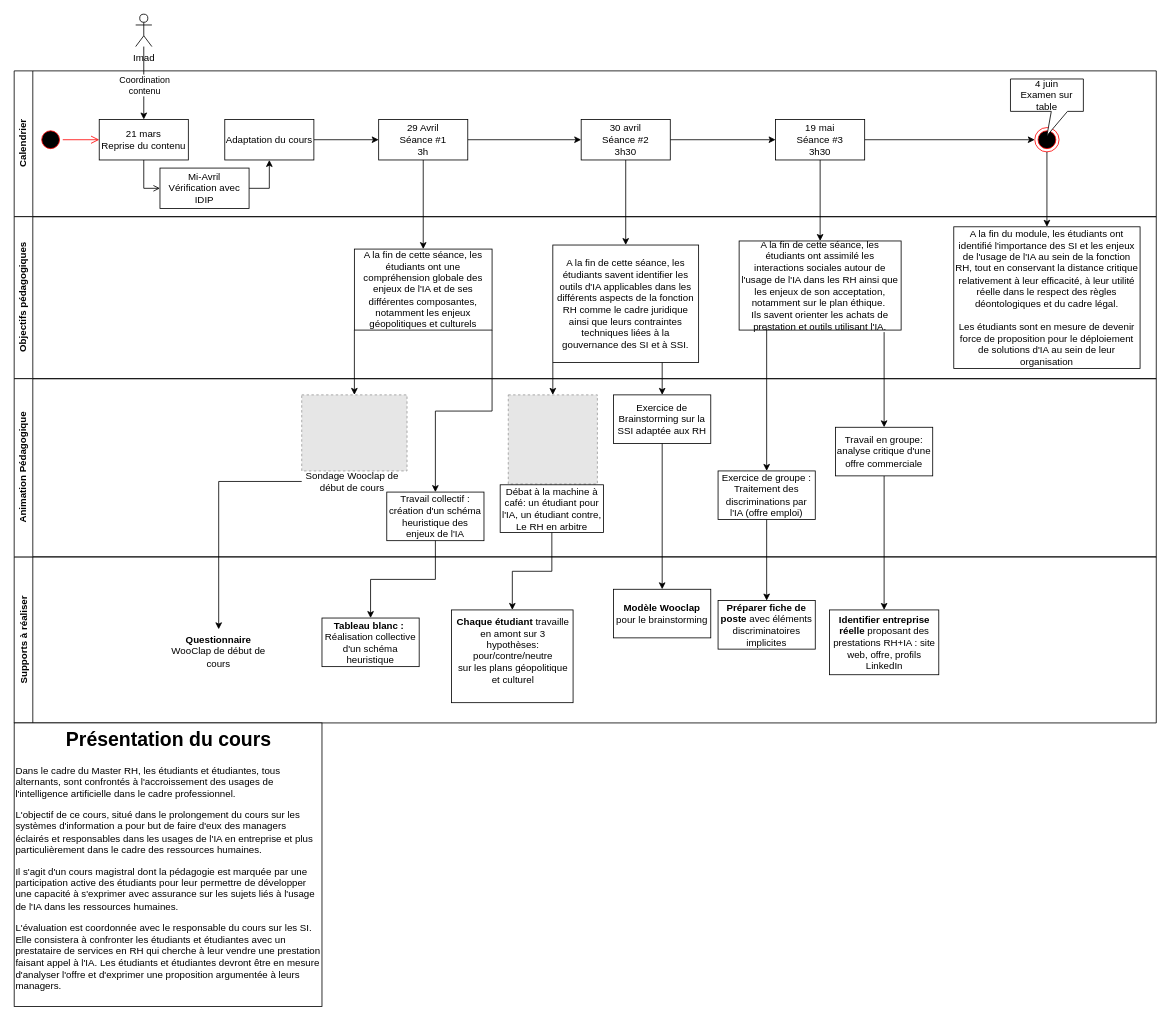
Fabrice-64/Drawings keeps this draw.io diagram as page "Page-1" (1 of 3) of Cours IA et RH.drawio. Above is the earlier version. Source tidied: cells renumbered, new cells numbered last; positions are measured from the earlier drawing's top-left corner, leaving out a move shared by most shapes. Both pictures are drawn from the tidied source at 81%, with x=0, y=0 at pixel (14, 14). Pictures stored in the file or linked from it are replaced by grey dashed boxes.
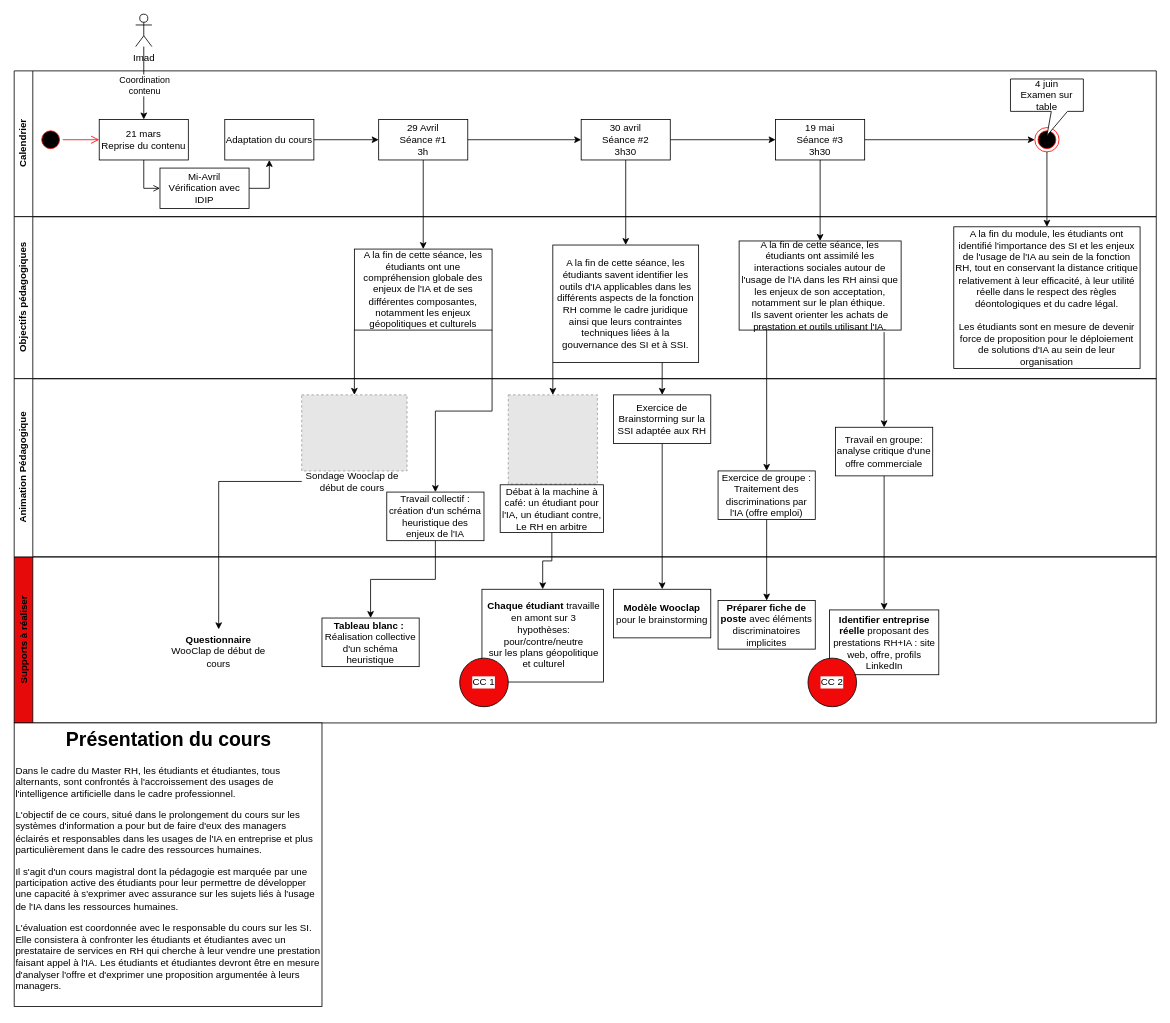
The same diagram, later.

Change to the diagram source:
```diff
@@
-    <mxCell id="31" value="Supports à réaliser" style="swimlane;horizontal=0;whiteSpace=wrap;html=1;perimeterSpacing=1;" parent="1" vertex="1">
+    <mxCell id="31" value="Supports à réaliser" style="swimlane;horizontal=0;whiteSpace=wrap;html=1;perimeterSpacing=1;fillColor=light-dark(#e60a0a, #ededed);" parent="1" vertex="1">
       <mxGeometry y="670" width="1410" height="205" as="geometry" />
     </mxCell>
@@
-    <mxCell id="33" value="&lt;div style=&quot;text-align: center;&quot;&gt;&lt;b&gt;Chaque étudiant&lt;/b&gt;&amp;nbsp;travaille en amont sur 3 hypothèses: pour/contre/neutre&lt;/div&gt;&lt;div style=&quot;text-align: center;&quot;&gt;sur les plans géopolitique et culturel&lt;br&gt;&lt;br&gt;&lt;/div&gt;" style="text;html=1;align=left;verticalAlign=middle;whiteSpace=wrap;rounded=0;strokeColor=default;" parent="31" vertex="1">
-      <mxGeometry x="540" y="65.5" width="150" height="114.5" as="geometry" />
+    <mxCell id="33" value="&lt;div style=&quot;text-align: center;&quot;&gt;&lt;b&gt;Chaque étudiant&lt;/b&gt;&amp;nbsp;travaille en amont sur 3 hypothèses: pour/contre/neutre&lt;/div&gt;&lt;div style=&quot;text-align: center;&quot;&gt;sur les plans géopolitique et culturel&lt;br&gt;&lt;/div&gt;" style="text;html=1;align=left;verticalAlign=middle;whiteSpace=wrap;rounded=0;strokeColor=default;" parent="31" vertex="1">
+      <mxGeometry x="577.5" y="40" width="150" height="114.5" as="geometry" />
     </mxCell>
@@
+    <mxCell id="60" value="CC 1" style="ellipse;whiteSpace=wrap;html=1;labelBackgroundColor=#FFFFFF;fillColor=light-dark(#f10909, #ededed);" parent="31" vertex="1">
+      <mxGeometry x="550" y="125" width="60" height="60" as="geometry" />
+    </mxCell>
+    <mxCell id="61" value="CC 2" style="ellipse;whiteSpace=wrap;html=1;labelBackgroundColor=#FFFFFF;fillColor=light-dark(#f10909, #ededed);" parent="31" vertex="1">
+      <mxGeometry x="980" y="125" width="60" height="60" as="geometry" />
+    </mxCell>
```
